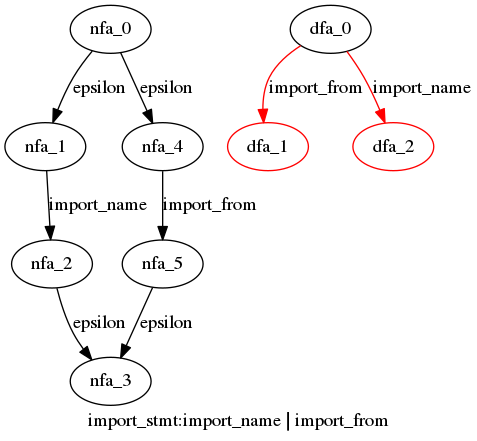
Earlier version of the Graphviz export cpython/grammar/handwrite/nfa_dfas/28.import_stmt.dot.png (WinChua/blog). Its source is kept beside it as cpython/grammar/handwrite/nfa_dfas/28.import_stmt.dot.
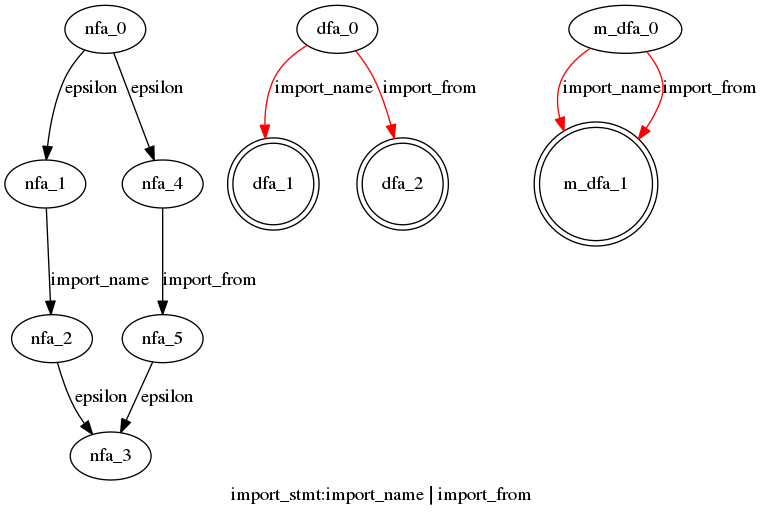
After the change.

What changed in the source:
```diff
@@ -9,9 +9,14 @@
   nfa_5->nfa_3[label="epsilon"]
   }
  subgraph import_stmt_dfa {
-  dfa_0->dfa_1[label="import_from",color=red]
-  dfa_0->dfa_2[label="import_name",color=red]
-  dfa_1[color=red]
-  dfa_2[color=red]
+  dfa_0->dfa_1[label="import_name",color=red]
+  dfa_0->dfa_2[label="import_from",color=red]
+  dfa_1[shape=doublecircle]
+  dfa_2[shape=doublecircle]
+  }
+ subgraph import_stmt_m_dfa {
+  m_dfa_0->m_dfa_1[label="import_name",color=red]
+  m_dfa_0->m_dfa_1[label="import_from",color=red]
+  m_dfa_1[shape=doublecircle]
   }
 }
```
